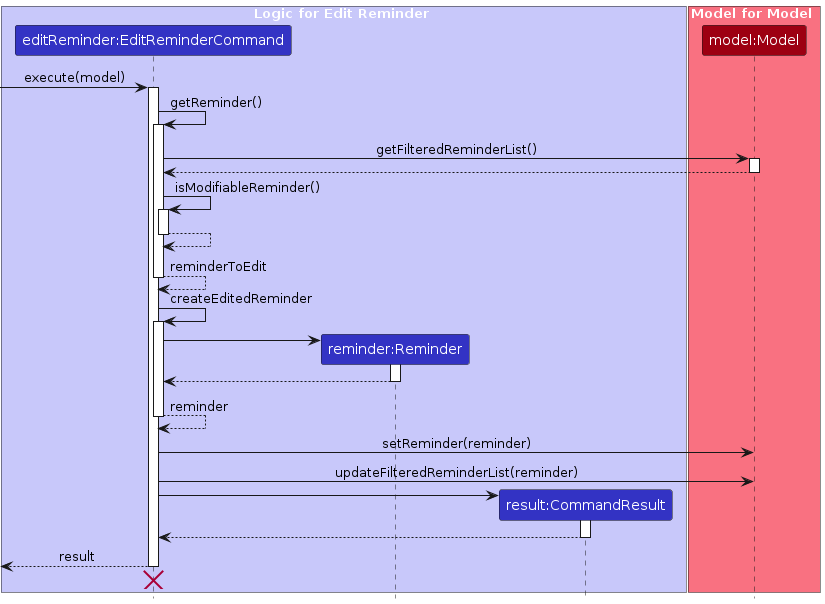
Before: diagrams/EditReminderCommandSequenceDiagram.png, a diagram exported from PlantUML (AY2526S1-CS2103T-F12-2/tp). Its source is kept beside it as diagrams/EditReminderCommandSequenceDiagram.puml. Source of this version:
```plantuml
@startuml
!include style.puml
skinparam ArrowFontStyle plain

box Logic for Edit Reminder LOGIC_COLOR_T1
participant "editReminder:EditReminderCommand" as EditReminderCommand LOGIC_COLOR
participant "reminder:Reminder" as Reminder LOGIC_COLOR
participant "result:CommandResult" as CommandResult LOGIC_COLOR
end box

box Model for Model MODEL_COLOR_T1
participant "model:Model" as Model MODEL_COLOR
end box

[-> EditReminderCommand : execute(model)
activate EditReminderCommand

EditReminderCommand -> EditReminderCommand : getReminder()
activate EditReminderCommand

EditReminderCommand -> Model : getFilteredReminderList()
activate Model

Model --> EditReminderCommand
deactivate Model

EditReminderCommand -> EditReminderCommand : isModifiableReminder()
activate EditReminderCommand

EditReminderCommand --> EditReminderCommand
deactivate EditReminderCommand

EditReminderCommand --> EditReminderCommand : reminderToEdit
deactivate EditReminderCommand

EditReminderCommand -> EditReminderCommand : createEditedReminder
activate EditReminderCommand

create Reminder
EditReminderCommand -> Reminder
activate Reminder

Reminder --> EditReminderCommand
deactivate Reminder

EditReminderCommand --> EditReminderCommand : reminder
deactivate EditReminderCommand

EditReminderCommand -> Model : setReminder(reminder)
EditReminderCommand -> Model : updateFilteredReminderList(reminder)

create CommandResult
EditReminderCommand -> CommandResult
activate CommandResult

CommandResult --> EditReminderCommand
deactivate CommandResult

[<-- EditReminderCommand : result
deactivate EditReminderCommand
[<-[hidden]- EditReminderCommand
destroy EditReminderCommand
@enduml
```
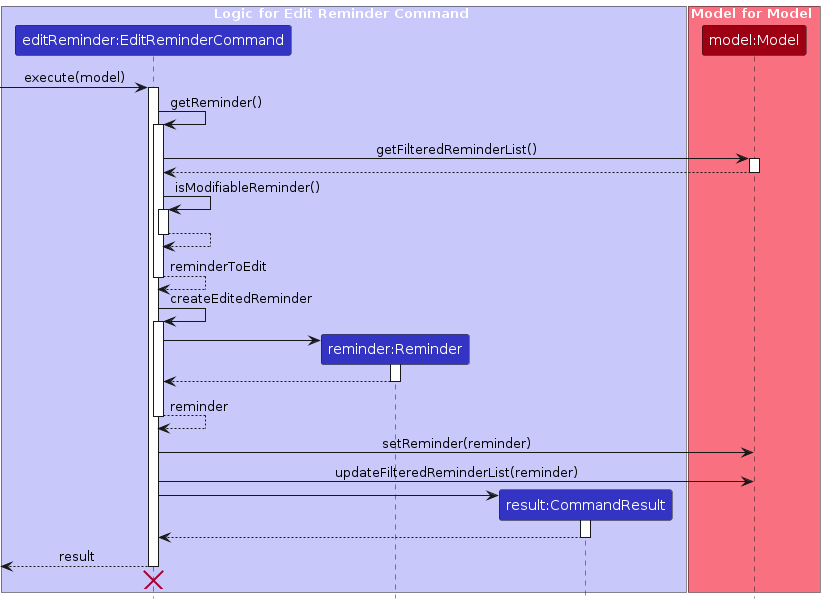
The same diagram one commit later.

What changed in the source:
```diff
@@ -2,7 +2,7 @@
 !include style.puml
 skinparam ArrowFontStyle plain
 
-box Logic for Edit Reminder LOGIC_COLOR_T1
+box Logic for Edit Reminder Command LOGIC_COLOR_T1
 participant "editReminder:EditReminderCommand" as EditReminderCommand LOGIC_COLOR
 participant "reminder:Reminder" as Reminder LOGIC_COLOR
 participant "result:CommandResult" as CommandResult LOGIC_COLOR
```
